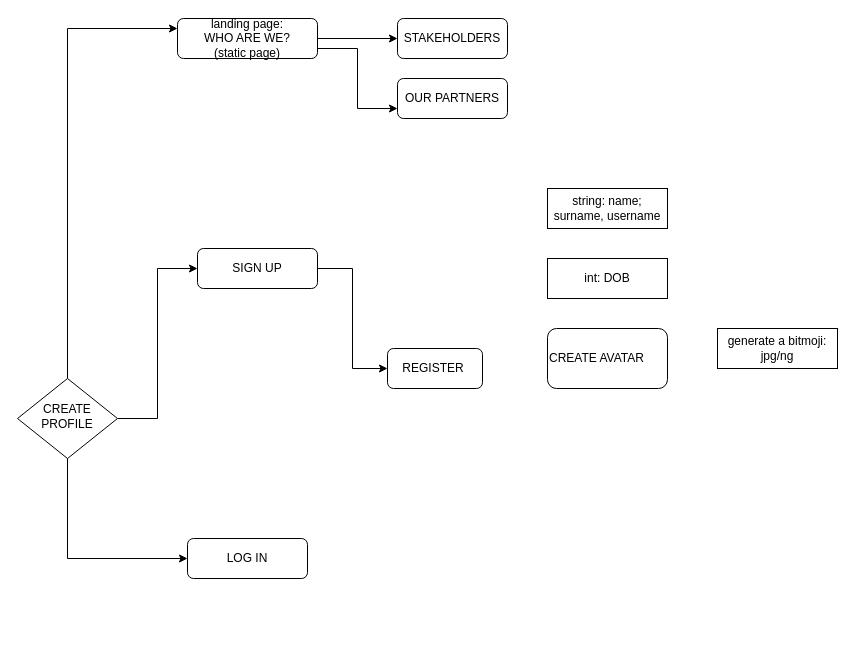
This is Untitled Diagram.drawio from data-immigrant/flowchart-wireframes-, a draw.io file, before an edit. Source tidied: cells renumbered, new cells numbered last; positions are measured from the earlier drawing's top-left corner, leaving out a move shared by most shapes. Both pictures are drawn from the tidied source at 100%, with x=0, y=0 at pixel (17, 18).
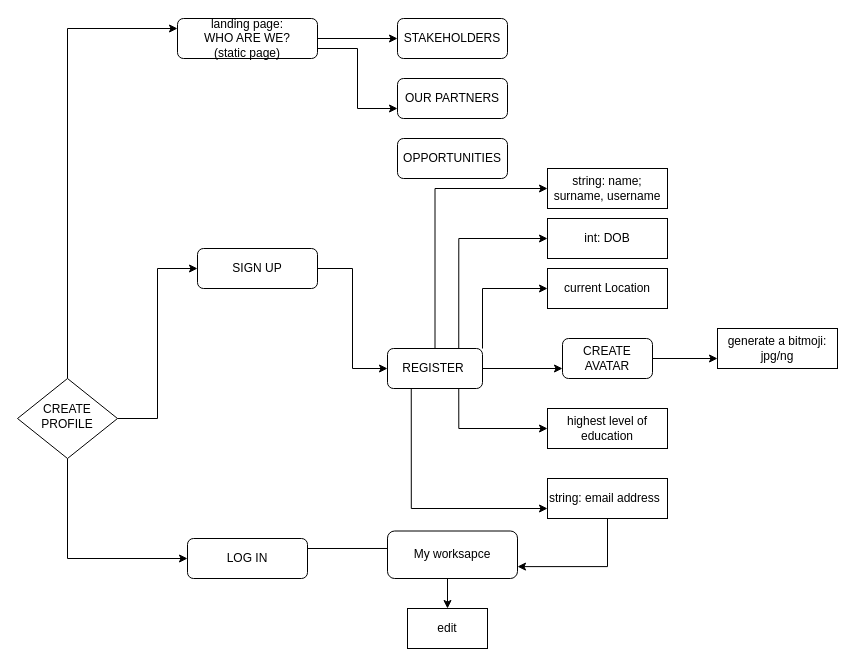
Above is the later version.

Unchanged cells that the change refers to:
```xml
<mxCell id="2" value="LOG IN" style="rounded=1;whiteSpace=wrap;html=1;fontSize=12;glass=0;strokeWidth=1;shadow=0;" parent="1" vertex="1">
  <mxGeometry x="170" y="520" width="120" height="40" as="geometry" />
</mxCell>
<mxCell id="12" value="&amp;nbsp; &amp;nbsp; REGISTER" style="rounded=1;whiteSpace=wrap;html=1;fontFamily=Helvetica;align=left;" parent="1" vertex="1">
  <mxGeometry x="370" y="330" width="95" height="40" as="geometry" />
</mxCell>
<mxCell id="17" value="generate a bitmoji: jpg/ng" style="rounded=0;whiteSpace=wrap;html=1;fontFamily=Helvetica;align=center;" parent="1" vertex="1">
  <mxGeometry x="700" y="310" width="120" height="40" as="geometry" />
</mxCell>
```

What changed in the source:
```diff
@@
+    <mxCell id="19" style="edgeStyle=orthogonalEdgeStyle;rounded=0;jettySize=auto;html=1;exitX=1;exitY=0.25;exitDx=0;exitDy=0;entryX=0.231;entryY=0.368;entryDx=0;entryDy=0;entryPerimeter=0;fontFamily=Helvetica;" parent="1" edge="1" source="2" target="28">
+      <mxGeometry relative="1" as="geometry" />
+    </mxCell>
@@
+    <mxCell id="20" style="edgeStyle=orthogonalEdgeStyle;rounded=0;jettySize=auto;html=1;exitX=0.5;exitY=0;exitDx=0;exitDy=0;entryX=0;entryY=0.5;entryDx=0;entryDy=0;fontFamily=Helvetica;" parent="1" edge="1" source="12" target="13">
+      <mxGeometry relative="1" as="geometry" />
+    </mxCell>
+    <mxCell id="21" style="edgeStyle=orthogonalEdgeStyle;rounded=0;jettySize=auto;html=1;exitX=0.75;exitY=0;exitDx=0;exitDy=0;entryX=0;entryY=0.5;entryDx=0;entryDy=0;fontFamily=Helvetica;" parent="1" edge="1" source="12" target="14">
+      <mxGeometry relative="1" as="geometry" />
+    </mxCell>
+    <mxCell id="22" style="edgeStyle=orthogonalEdgeStyle;rounded=0;jettySize=auto;html=1;exitX=1;exitY=0;exitDx=0;exitDy=0;entryX=0;entryY=0.5;entryDx=0;entryDy=0;fontFamily=Helvetica;" parent="1" edge="1" source="12" target="34">
+      <mxGeometry relative="1" as="geometry" />
+    </mxCell>
+    <mxCell id="23" style="edgeStyle=orthogonalEdgeStyle;rounded=0;jettySize=auto;html=1;exitX=1;exitY=0.5;exitDx=0;exitDy=0;entryX=0;entryY=0.75;entryDx=0;entryDy=0;fontFamily=Helvetica;" parent="1" edge="1" source="12" target="18">
+      <mxGeometry relative="1" as="geometry" />
+    </mxCell>
+    <mxCell id="24" style="edgeStyle=orthogonalEdgeStyle;rounded=0;jettySize=auto;html=1;exitX=0.75;exitY=1;exitDx=0;exitDy=0;entryX=0;entryY=0.5;entryDx=0;entryDy=0;fontFamily=Helvetica;" parent="1" edge="1" source="12" target="33">
+      <mxGeometry relative="1" as="geometry" />
+    </mxCell>
+    <mxCell id="25" style="edgeStyle=orthogonalEdgeStyle;rounded=0;jettySize=auto;html=1;exitX=0.25;exitY=1;exitDx=0;exitDy=0;entryX=0;entryY=0.75;entryDx=0;entryDy=0;fontFamily=Helvetica;" parent="1" edge="1" source="12" target="32">
+      <mxGeometry relative="1" as="geometry" />
+    </mxCell>
@@
     <mxCell id="13" value="string: name; surname, username" style="rounded=0;whiteSpace=wrap;html=1;fontFamily=Helvetica;align=center;" parent="1" vertex="1">
-      <mxGeometry x="530" y="170" width="120" height="40" as="geometry" />
+      <mxGeometry x="530" y="150" width="120" height="40" as="geometry" />
     </mxCell>
     <mxCell id="14" value="int: DOB" style="rounded=0;whiteSpace=wrap;html=1;fontFamily=Helvetica;align=center;" parent="1" vertex="1">
-      <mxGeometry x="530" y="240" width="120" height="40" as="geometry" />
+      <mxGeometry x="530" y="200" width="120" height="40" as="geometry" />
     </mxCell>
@@
+    <mxCell id="26" style="edgeStyle=orthogonalEdgeStyle;rounded=0;jettySize=auto;html=1;exitX=1;exitY=0.5;exitDx=0;exitDy=0;entryX=0;entryY=0.75;entryDx=0;entryDy=0;fontFamily=Helvetica;" parent="1" edge="1" source="18" target="17">
+      <mxGeometry relative="1" as="geometry" />
+    </mxCell>
-    <mxCell id="18" value="CREATE AVATAR" style="rounded=1;whiteSpace=wrap;html=1;fontFamily=Helvetica;align=left;" parent="1" vertex="1">
-      <mxGeometry x="530" y="310" width="120" height="60" as="geometry" />
+    <mxCell id="18" value="CREATE AVATAR" style="rounded=1;whiteSpace=wrap;html=1;fontFamily=Helvetica;align=center;" parent="1" vertex="1">
+      <mxGeometry x="545" y="320" width="90" height="40" as="geometry" />
     </mxCell>
+    <mxCell id="27" style="edgeStyle=orthogonalEdgeStyle;rounded=0;jettySize=auto;html=1;exitX=0.5;exitY=1;exitDx=0;exitDy=0;entryX=0.5;entryY=0;entryDx=0;entryDy=0;fontFamily=Helvetica;" parent="1" edge="1" source="28" target="29">
+      <mxGeometry relative="1" as="geometry" />
+    </mxCell>
+    <mxCell id="28" value="My worksapce" style="rounded=1;whiteSpace=wrap;html=1;fontFamily=Helvetica;align=center;" parent="1" vertex="1">
+      <mxGeometry x="370" y="512.5" width="130" height="47.5" as="geometry" />
+    </mxCell>
+    <mxCell id="29" value="edit" style="rounded=0;whiteSpace=wrap;html=1;fontFamily=Helvetica;align=center;" parent="1" vertex="1">
+      <mxGeometry x="390" y="590" width="80" height="40" as="geometry" />
+    </mxCell>
+    <mxCell id="30" value="OPPORTUNITIES" style="rounded=1;whiteSpace=wrap;html=1;fontFamily=Helvetica;align=center;" parent="1" vertex="1">
+      <mxGeometry x="380" y="120" width="110" height="40" as="geometry" />
+    </mxCell>
+    <mxCell id="31" style="edgeStyle=orthogonalEdgeStyle;rounded=0;jettySize=auto;html=1;exitX=0.5;exitY=1;exitDx=0;exitDy=0;entryX=1;entryY=0.75;entryDx=0;entryDy=0;fontFamily=Helvetica;" parent="1" edge="1" source="32" target="28">
+      <mxGeometry relative="1" as="geometry" />
+    </mxCell>
+    <mxCell id="32" value="string: email address" style="rounded=0;whiteSpace=wrap;html=1;fontFamily=Helvetica;align=left;" parent="1" vertex="1">
+      <mxGeometry x="530" y="460" width="120" height="40" as="geometry" />
+    </mxCell>
+    <mxCell id="33" value="highest level of education" style="rounded=0;whiteSpace=wrap;html=1;fontFamily=Helvetica;align=center;" parent="1" vertex="1">
+      <mxGeometry x="530" y="390" width="120" height="40" as="geometry" />
+    </mxCell>
+    <mxCell id="34" value="current Location" style="rounded=0;whiteSpace=wrap;html=1;fontFamily=Helvetica;align=center;" parent="1" vertex="1">
+      <mxGeometry x="530" y="250" width="120" height="40" as="geometry" />
+    </mxCell>
```
